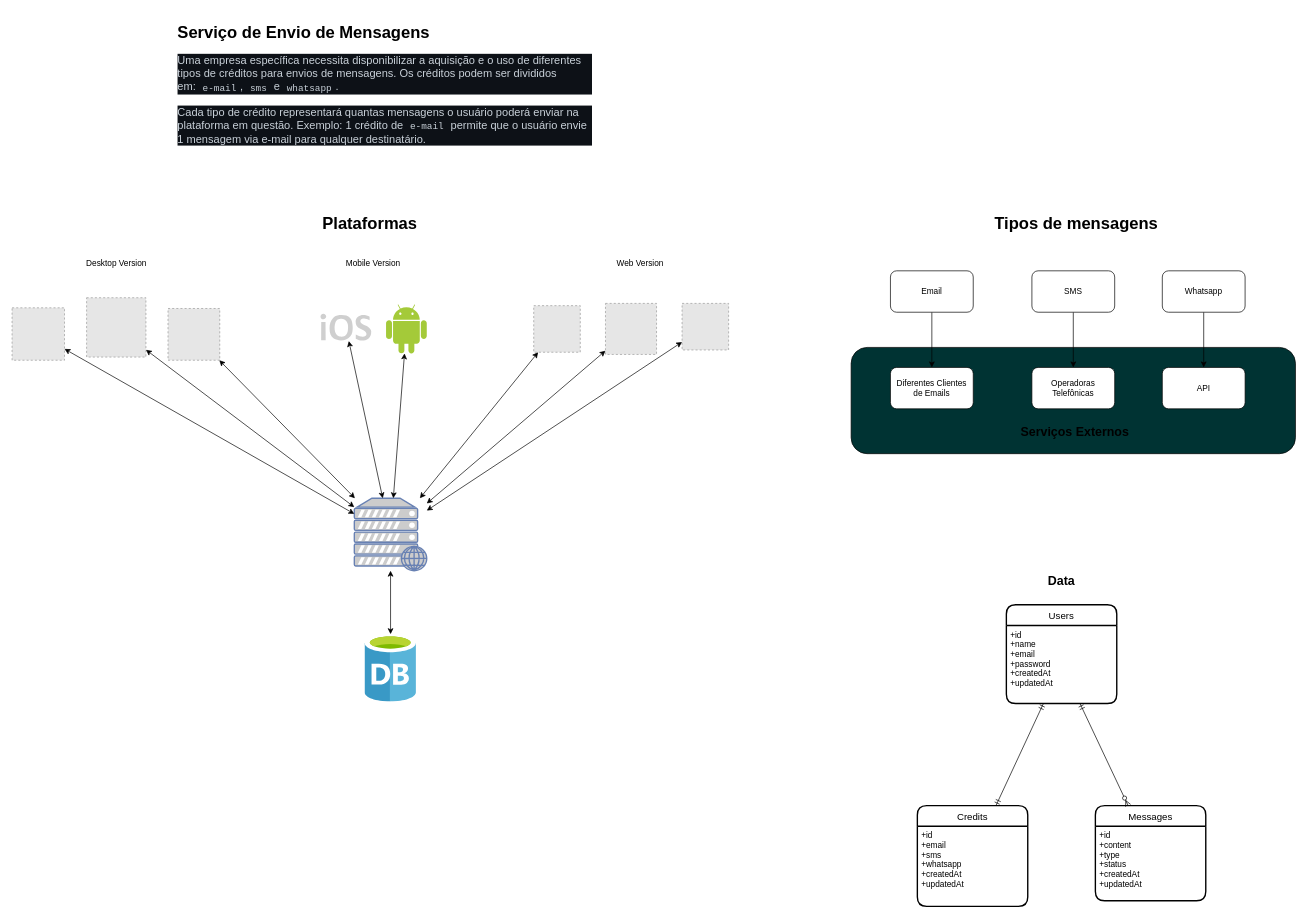
HalexV/jsexpert-challenge06-patterns keeps this draw.io diagram as blueprint.drawio. Above is the earlier version. Source tidied: cells renumbered, new cells numbered last; positions are measured from the earlier drawing's top-left corner, leaving out a move shared by most shapes. Both pictures are drawn from the tidied source at 69%, with x=0, y=0 at pixel (12, 19). Pictures stored in the file or linked from it are replaced by grey dashed boxes.
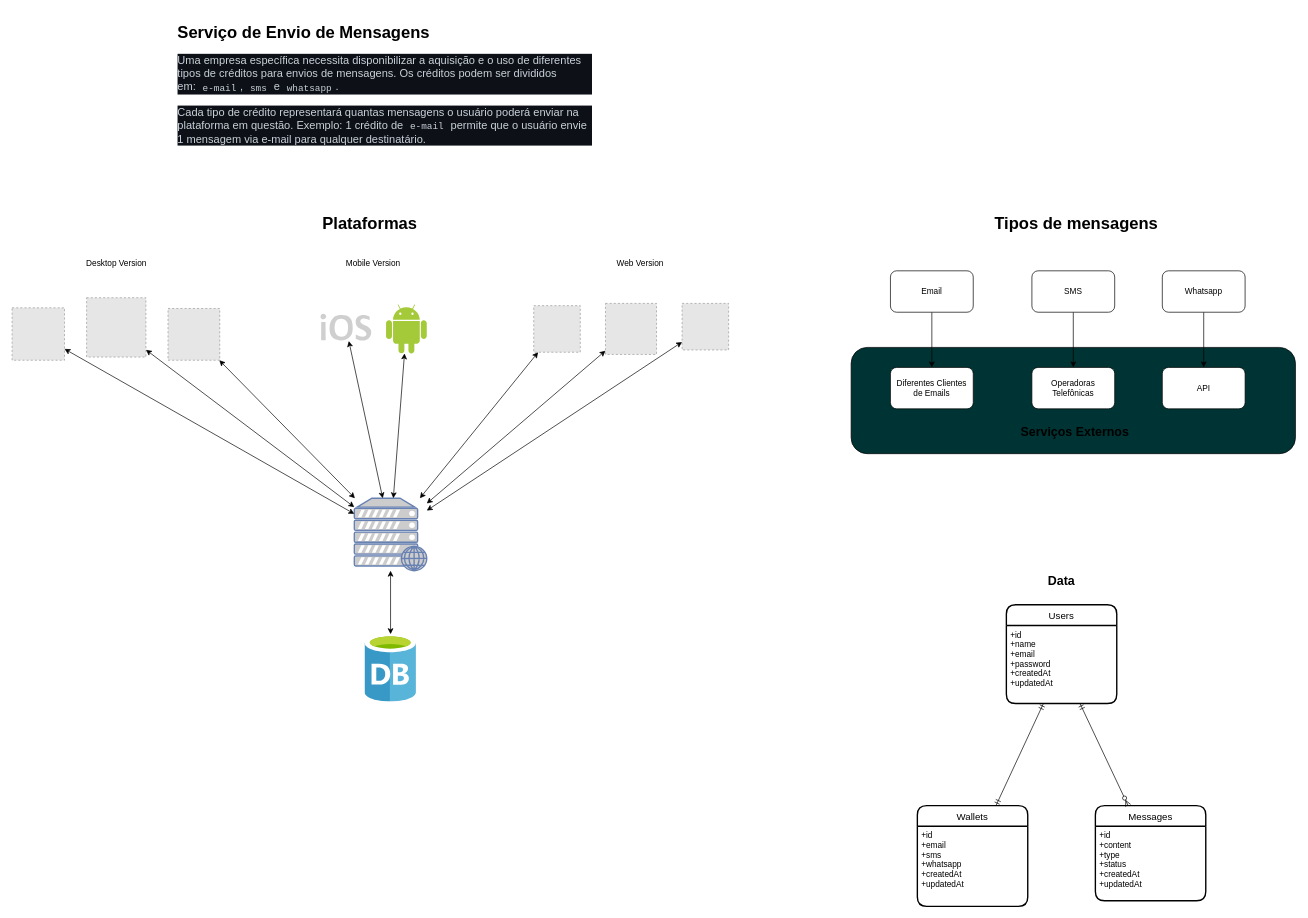
The same page after the edit.

Commit message:
chore: change name credits to wallets

The edit, as a diff of the source:
```diff
@@
-    <mxCell id="39" value="Credits" style="swimlane;horizontal=1;startSize=30;rounded=1;fontSize=14;fontStyle=0;strokeWidth=2;shadow=0;dashed=0;align=center;" parent="1" vertex="1">
+    <mxCell id="39" value="Wallets" style="swimlane;horizontal=1;startSize=30;rounded=1;fontSize=14;fontStyle=0;strokeWidth=2;shadow=0;dashed=0;align=center;" parent="1" vertex="1">
       <mxGeometry x="1312" y="1140" width="160" height="146" as="geometry" />
     </mxCell>
```
